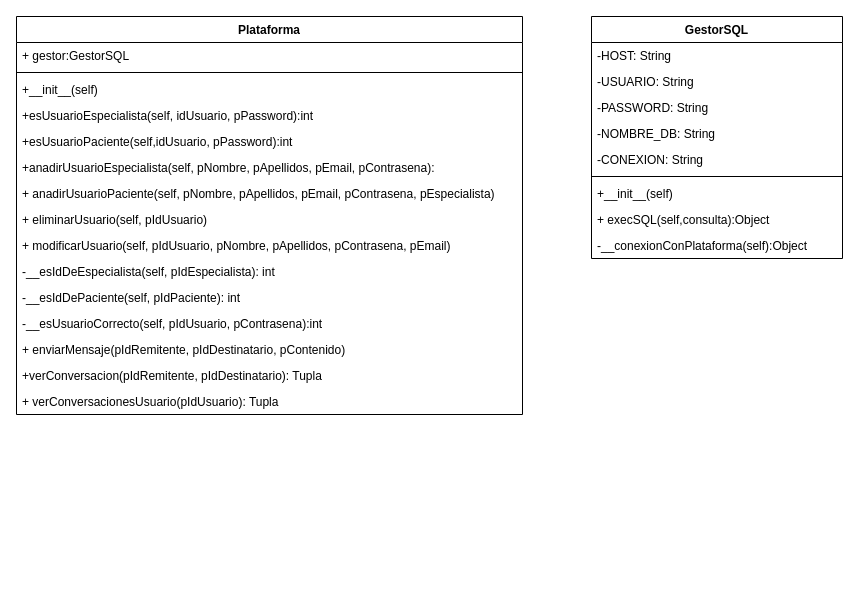
javierpm997/TFG keeps this draw.io diagram as Documentación/3. - Análisis y diseño/Diagrama de Clases Plataforma.drawio. Above is the earlier version. Source tidied: cells renumbered, new cells numbered last; positions are measured from the earlier drawing's top-left corner, leaving out a move shared by most shapes. Both pictures are drawn from the tidied source at 100%, with x=0, y=0 at pixel (16, 16).
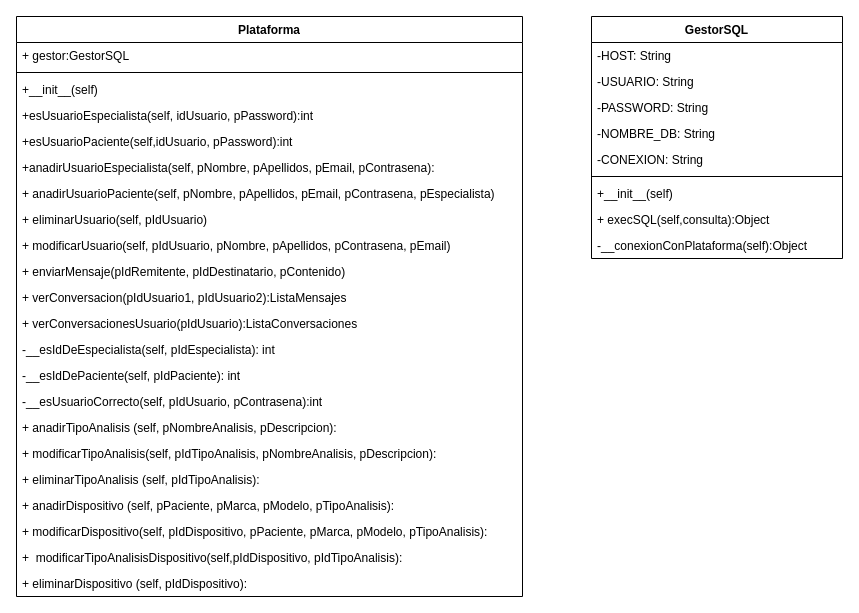
The same diagram, later.

Diff of the diagram source:
```diff
@@
     <mxCell id="2" value="Plataforma" style="swimlane;fontStyle=1;align=center;verticalAlign=top;horizontal=1;startSize=26;" parent="1" vertex="1">
-      <mxGeometry width="506" height="398" as="geometry" />
+      <mxGeometry width="506" height="580" as="geometry" />
     </mxCell>
@@
+    <mxCell id="28" value="+ enviarMensaje(pIdRemitente, pIdDestinatario, pContenido)" style="text;strokeColor=none;fillColor=none;align=left;verticalAlign=top;spacingLeft=4;spacingRight=4;overflow=hidden;" parent="2" vertex="1">
+      <mxGeometry y="242" width="506" height="26" as="geometry" />
+    </mxCell>
+    <mxCell id="29" value="+ verConversacion(pIdUsuario1, pIdUsuario2):ListaMensajes" style="text;strokeColor=none;fillColor=none;align=left;verticalAlign=top;spacingLeft=4;spacingRight=4;overflow=hidden;" parent="2" vertex="1">
+      <mxGeometry y="268" width="506" height="26" as="geometry" />
+    </mxCell>
+    <mxCell id="30" value="+ verConversacionesUsuario(pIdUsuario):ListaConversaciones" style="text;strokeColor=none;fillColor=none;align=left;verticalAlign=top;spacingLeft=4;spacingRight=4;overflow=hidden;" parent="2" vertex="1">
+      <mxGeometry y="294" width="506" height="26" as="geometry" />
+    </mxCell>
     <mxCell id="12" value="-__esIdDeEspecialista(self, pIdEspecialista): int&#10;" style="text;strokeColor=none;fillColor=none;align=left;verticalAlign=top;spacingLeft=4;spacingRight=4;overflow=hidden;" parent="2" vertex="1">
-      <mxGeometry y="242" width="506" height="26" as="geometry" />
+      <mxGeometry y="320" width="506" height="26" as="geometry" />
     </mxCell>
     <mxCell id="13" value="-__esIdDePaciente(self, pIdPaciente): int&#10;" style="text;strokeColor=none;fillColor=none;align=left;verticalAlign=top;spacingLeft=4;spacingRight=4;overflow=hidden;" parent="2" vertex="1">
-      <mxGeometry y="268" width="506" height="26" as="geometry" />
+      <mxGeometry y="346" width="506" height="26" as="geometry" />
     </mxCell>
     <mxCell id="14" value="-__esUsuarioCorrecto(self, pIdUsuario, pContrasena):int&#10;&#10;" style="text;strokeColor=none;fillColor=none;align=left;verticalAlign=top;spacingLeft=4;spacingRight=4;overflow=hidden;" parent="2" vertex="1">
-      <mxGeometry y="294" width="506" height="26" as="geometry" />
+      <mxGeometry y="372" width="506" height="26" as="geometry" />
     </mxCell>
-    <mxCell id="15" value="+ enviarMensaje(pIdRemitente, pIdDestinatario, pContenido)" style="text;strokeColor=none;fillColor=none;align=left;verticalAlign=top;spacingLeft=4;spacingRight=4;overflow=hidden;" parent="2" vertex="1">
-      <mxGeometry y="320" width="506" height="26" as="geometry" />
+    <mxCell id="15" value="+ anadirTipoAnalisis (self, pNombreAnalisis, pDescripcion):" style="text;strokeColor=none;fillColor=none;align=left;verticalAlign=top;spacingLeft=4;spacingRight=4;overflow=hidden;" parent="2" vertex="1">
+      <mxGeometry y="398" width="506" height="26" as="geometry" />
     </mxCell>
-    <mxCell id="16" value="+verConversacion(pIdRemitente, pIdDestinatario): Tupla" style="text;strokeColor=none;fillColor=none;align=left;verticalAlign=top;spacingLeft=4;spacingRight=4;overflow=hidden;" parent="2" vertex="1">
-      <mxGeometry y="346" width="506" height="26" as="geometry" />
-    </mxCell>
+    <mxCell id="31" value="+ modificarTipoAnalisis(self, pIdTipoAnalisis, pNombreAnalisis, pDescripcion):" style="text;strokeColor=none;fillColor=none;align=left;verticalAlign=top;spacingLeft=4;spacingRight=4;overflow=hidden;" parent="2" vertex="1">
+      <mxGeometry y="424" width="506" height="26" as="geometry" />
+    </mxCell>
+    <mxCell id="32" value="+ eliminarTipoAnalisis (self, pIdTipoAnalisis):" style="text;strokeColor=none;fillColor=none;align=left;verticalAlign=top;spacingLeft=4;spacingRight=4;overflow=hidden;" parent="2" vertex="1">
+      <mxGeometry y="450" width="506" height="26" as="geometry" />
+    </mxCell>
+    <mxCell id="33" value="+ anadirDispositivo (self, pPaciente, pMarca, pModelo, pTipoAnalisis):&#10;&#10;" style="text;strokeColor=none;fillColor=none;align=left;verticalAlign=top;spacingLeft=4;spacingRight=4;overflow=hidden;" parent="2" vertex="1">
+      <mxGeometry y="476" width="506" height="26" as="geometry" />
+    </mxCell>
-    <mxCell id="17" value="+ verConversacionesUsuario(pIdUsuario): Tupla" style="text;strokeColor=none;fillColor=none;align=left;verticalAlign=top;spacingLeft=4;spacingRight=4;overflow=hidden;" parent="2" vertex="1">
-      <mxGeometry y="372" width="506" height="26" as="geometry" />
+    <mxCell id="17" value="+ modificarDispositivo(self, pIdDispositivo, pPaciente, pMarca, pModelo, pTipoAnalisis):" style="text;strokeColor=none;fillColor=none;align=left;verticalAlign=top;spacingLeft=4;spacingRight=4;overflow=hidden;" parent="2" vertex="1">
+      <mxGeometry y="502" width="506" height="26" as="geometry" />
     </mxCell>
+    <mxCell id="34" value="+  modificarTipoAnalisisDispositivo(self,pIdDispositivo, pIdTipoAnalisis):" style="text;strokeColor=none;fillColor=none;align=left;verticalAlign=top;spacingLeft=4;spacingRight=4;overflow=hidden;" parent="2" vertex="1">
+      <mxGeometry y="528" width="506" height="26" as="geometry" />
+    </mxCell>
+    <mxCell id="35" value="+ eliminarDispositivo (self, pIdDispositivo):" style="text;strokeColor=none;fillColor=none;align=left;verticalAlign=top;spacingLeft=4;spacingRight=4;overflow=hidden;" parent="2" vertex="1">
+      <mxGeometry y="554" width="506" height="26" as="geometry" />
+    </mxCell>
```
